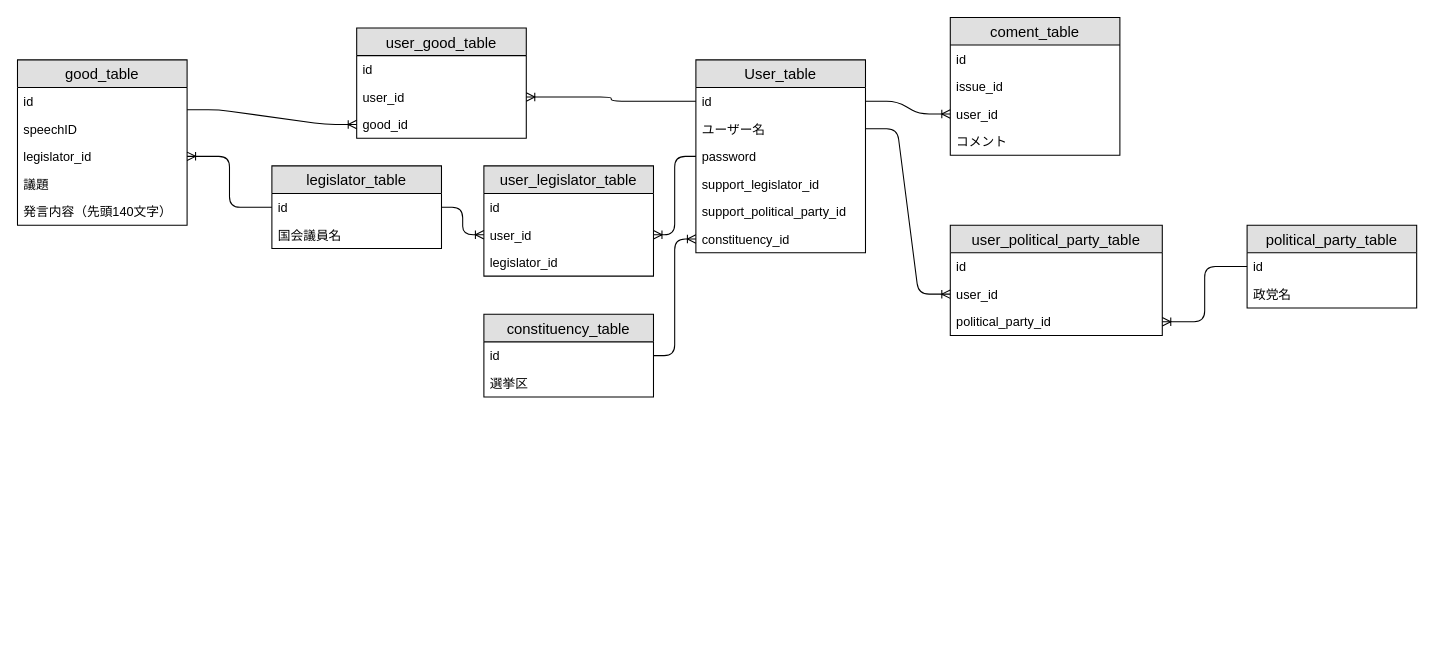
Above: er図.drawio in tukuhuse/myportfolio (draw.io), before the change. Source tidied: cells renumbered, new cells numbered last; positions are measured from the earlier drawing's top-left corner, leaving out a move shared by most shapes. Both pictures are drawn from the tidied source at 106%, with x=0, y=0 at pixel (17, 17).
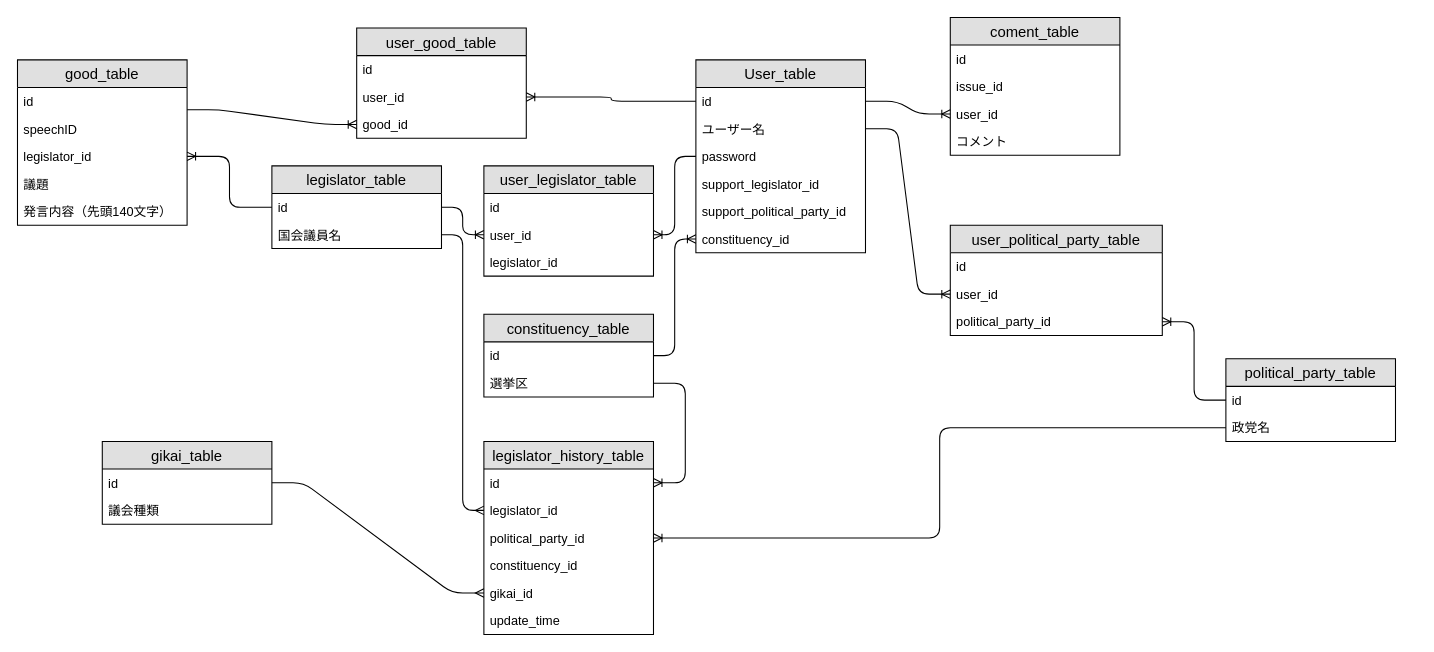
The same diagram, later.

Commit message:
er図.drawio を更新します

Unchanged cells that the change refers to:
```xml
<mxCell id="28" value="国会議員名" style="text;strokeColor=none;fillColor=none;spacingLeft=4;spacingRight=4;overflow=hidden;points=[[0,0.5],[1,0.5]];portConstraint=eastwest;fontSize=12;" parent="26" vertex="1">
  <mxGeometry y="52" width="160" height="26" as="geometry" />
</mxCell>
<mxCell id="33" value="政党名" style="text;strokeColor=none;fillColor=none;spacingLeft=4;spacingRight=4;overflow=hidden;points=[[0,0.5],[1,0.5]];portConstraint=eastwest;fontSize=12;" parent="31" vertex="1">
  <mxGeometry y="52" width="160" height="26" as="geometry" />
</mxCell>
<mxCell id="36" value="選挙区" style="text;strokeColor=none;fillColor=none;spacingLeft=4;spacingRight=4;overflow=hidden;points=[[0,0.5],[1,0.5]];portConstraint=eastwest;fontSize=12;" parent="34" vertex="1">
  <mxGeometry y="52" width="160" height="26" as="geometry" />
</mxCell>
```

What changed in the source:
```diff
@@
     <mxCell id="31" value="political_party_table" style="swimlane;fontStyle=0;horizontal=1;startSize=26;fillColor=#e0e0e0;swimlaneFillColor=#ffffff;align=center;fontSize=14;" parent="1" vertex="1">
-      <mxGeometry x="1160" y="196" width="160" height="78" as="geometry" />
+      <mxGeometry x="1140" y="322" width="160" height="78" as="geometry" />
     </mxCell>
@@
+    <mxCell id="50" value="legislator_history_table" style="swimlane;fontStyle=0;horizontal=1;startSize=26;fillColor=#e0e0e0;swimlaneFillColor=#ffffff;align=center;fontSize=14;" parent="1" vertex="1">
+      <mxGeometry x="440" y="400" width="160" height="182" as="geometry" />
+    </mxCell>
+    <mxCell id="51" value="id" style="text;strokeColor=none;fillColor=none;spacingLeft=4;spacingRight=4;overflow=hidden;points=[[0,0.5],[1,0.5]];portConstraint=eastwest;fontSize=12;" parent="50" vertex="1">
+      <mxGeometry y="26" width="160" height="26" as="geometry" />
+    </mxCell>
+    <mxCell id="52" value="legislator_id" style="text;strokeColor=none;fillColor=none;spacingLeft=4;spacingRight=4;overflow=hidden;points=[[0,0.5],[1,0.5]];portConstraint=eastwest;fontSize=12;" parent="50" vertex="1">
+      <mxGeometry y="52" width="160" height="26" as="geometry" />
+    </mxCell>
+    <mxCell id="53" value="political_party_id" style="text;strokeColor=none;fillColor=none;spacingLeft=4;spacingRight=4;overflow=hidden;points=[[0,0.5],[1,0.5]];portConstraint=eastwest;fontSize=12;" parent="50" vertex="1">
+      <mxGeometry y="78" width="160" height="26" as="geometry" />
+    </mxCell>
+    <mxCell id="54" value="constituency_id" style="text;strokeColor=none;fillColor=none;spacingLeft=4;spacingRight=4;overflow=hidden;fontSize=12;" parent="50" vertex="1">
+      <mxGeometry y="104" width="160" height="26" as="geometry" />
+    </mxCell>
+    <mxCell id="55" value="gikai_id" style="text;strokeColor=none;fillColor=none;spacingLeft=4;spacingRight=4;overflow=hidden;points=[[0,0.5],[1,0.5]];portConstraint=eastwest;fontSize=12;" parent="50" vertex="1">
+      <mxGeometry y="130" width="160" height="26" as="geometry" />
+    </mxCell>
+    <mxCell id="56" value="update_time" style="text;strokeColor=none;fillColor=none;spacingLeft=4;spacingRight=4;overflow=hidden;fontSize=12;" parent="50" vertex="1">
+      <mxGeometry y="156" width="160" height="26" as="geometry" />
+    </mxCell>
+    <mxCell id="57" style="edgeStyle=elbowEdgeStyle;fontSize=12;html=1;endArrow=ERmany;exitX=1;exitY=0.5;exitDx=0;exitDy=0;entryX=0;entryY=0.5;entryDx=0;entryDy=0;" parent="1" edge="1" source="28" target="52">
+      <mxGeometry relative="1" as="geometry" />
+    </mxCell>
+    <mxCell id="58" style="edgeStyle=elbowEdgeStyle;fontSize=12;html=1;endArrow=ERoneToMany;entryX=1;entryY=0.5;entryDx=0;entryDy=0;exitX=0;exitY=0.5;exitDx=0;exitDy=0;" parent="1" edge="1" source="33" target="53">
+      <mxGeometry relative="1" as="geometry" />
+    </mxCell>
+    <mxCell id="59" style="edgeStyle=elbowEdgeStyle;fontSize=12;html=1;endArrow=ERoneToMany;entryX=1;entryY=0.5;entryDx=0;entryDy=0;exitX=1;exitY=0.5;exitDx=0;exitDy=0;" parent="1" edge="1" source="36" target="51">
+      <mxGeometry relative="1" as="geometry">
+        <Array as="points">
+          <mxPoint x="630" y="392" />
+        </Array>
+      </mxGeometry>
+    </mxCell>
+    <mxCell id="60" value="gikai_table" style="swimlane;fontStyle=0;horizontal=1;startSize=26;fillColor=#e0e0e0;swimlaneFillColor=#ffffff;align=center;fontSize=14;" parent="1" vertex="1">
+      <mxGeometry x="80" y="400" width="160" height="78" as="geometry" />
+    </mxCell>
+    <mxCell id="61" value="id" style="text;strokeColor=none;fillColor=none;spacingLeft=4;spacingRight=4;overflow=hidden;points=[[0,0.5],[1,0.5]];portConstraint=eastwest;fontSize=12;" parent="60" vertex="1">
+      <mxGeometry y="26" width="160" height="26" as="geometry" />
+    </mxCell>
+    <mxCell id="62" value="議会種類" style="text;strokeColor=none;fillColor=none;spacingLeft=4;spacingRight=4;overflow=hidden;fontSize=12;" parent="60" vertex="1">
+      <mxGeometry y="52" width="160" height="26" as="geometry" />
+    </mxCell>
+    <mxCell id="63" style="edgeStyle=entityRelationEdgeStyle;fontSize=12;html=1;endArrow=ERmany;exitX=1;exitY=0.5;exitDx=0;exitDy=0;entryX=0;entryY=0.5;entryDx=0;entryDy=0;" parent="1" edge="1" source="61" target="55">
+      <mxGeometry relative="1" as="geometry" />
+    </mxCell>
```
